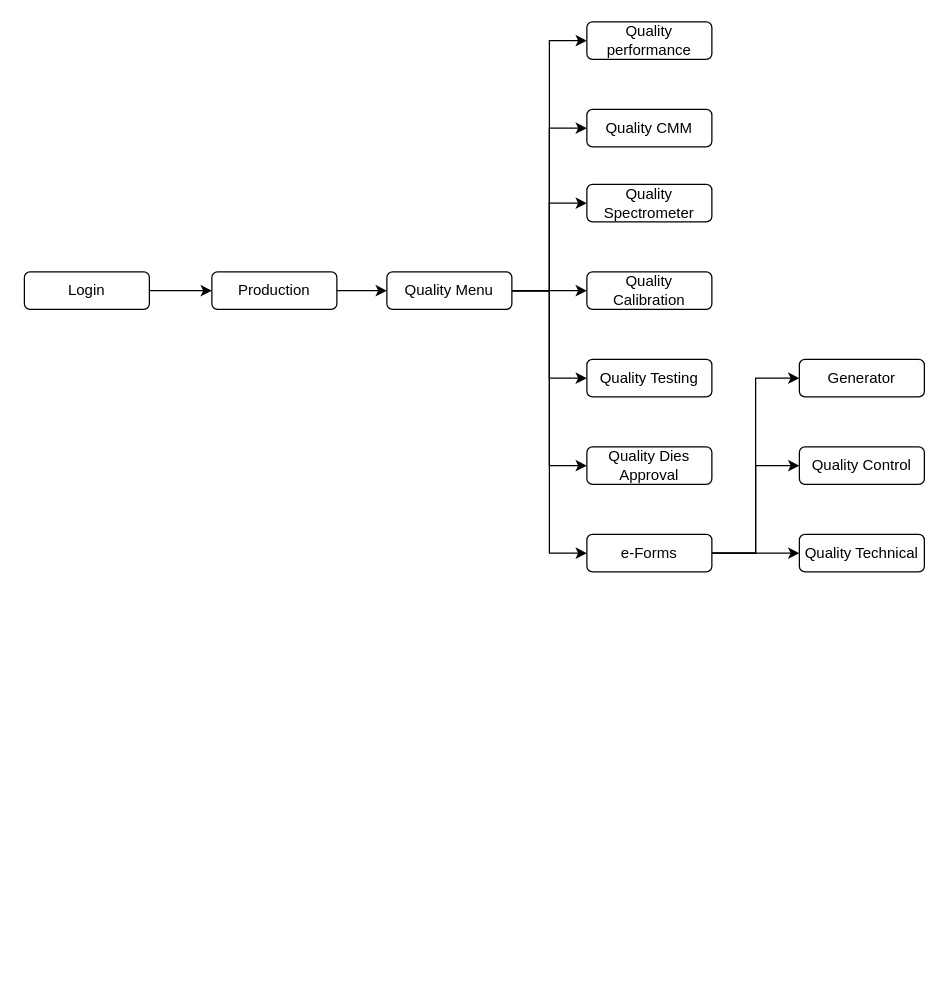
Before: SkyfyXNM.drawio in AndhyAndhika/AnotherFileSaving, a draw.io diagram. Source tidied: cells renumbered, new cells numbered last; positions are measured from the earlier drawing's top-left corner, leaving out a move shared by most shapes. Both pictures are drawn from the tidied source at 125%, with x=0, y=0 at pixel (24, 21).
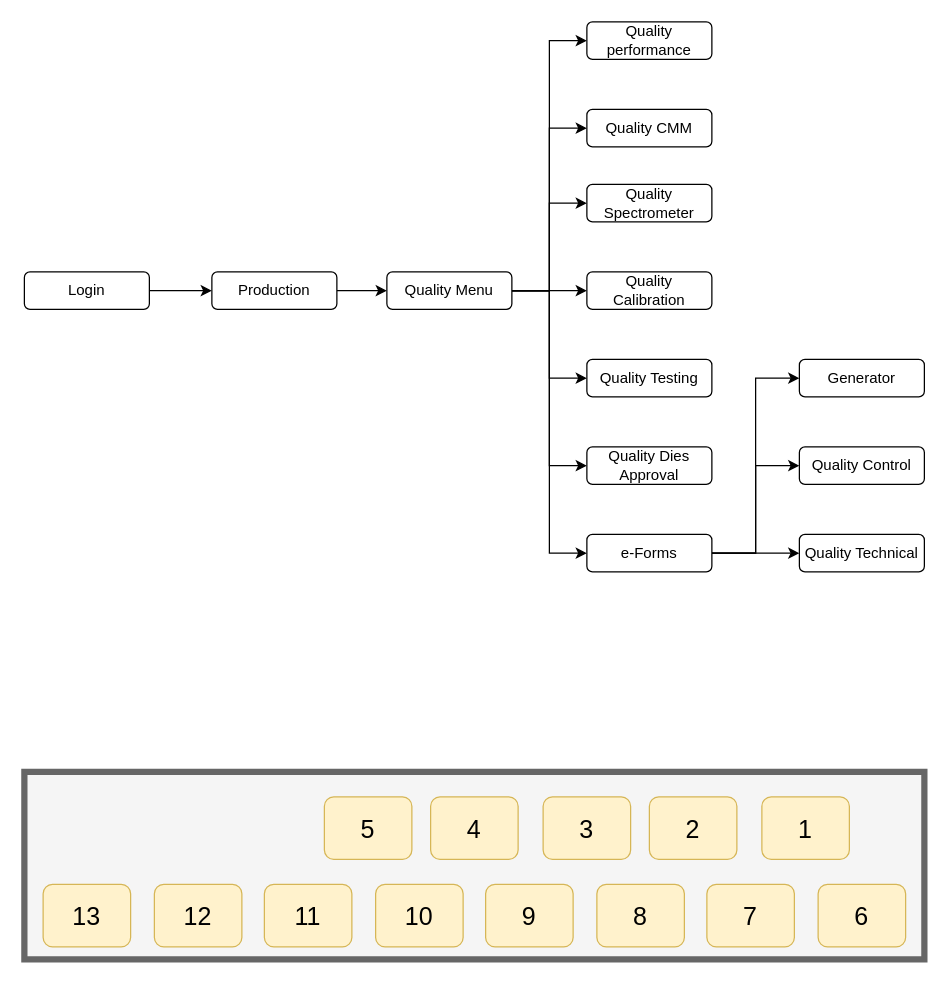
The same page after the edit.

What changed in the source:
```diff
@@
+    <mxCell id="27" style="rounded=0;whiteSpace=wrap;html=1;strokeWidth=5;fillColor=#f5f5f5;fontColor=#333333;strokeColor=#666666;" parent="1" vertex="1">
+      <mxGeometry y="600" width="720" height="150" as="geometry" />
+    </mxCell>
+    <mxCell id="28" value="&lt;font style=&quot;font-size: 20px;&quot;&gt;1&lt;/font&gt;" style="rounded=1;whiteSpace=wrap;html=1;fillColor=#fff2cc;strokeColor=#d6b656;" parent="1" vertex="1">
+      <mxGeometry x="590" y="620" width="70" height="50" as="geometry" />
+    </mxCell>
+    <mxCell id="29" value="&lt;font style=&quot;font-size: 20px;&quot;&gt;2&lt;/font&gt;" style="rounded=1;whiteSpace=wrap;html=1;fillColor=#fff2cc;strokeColor=#d6b656;" parent="1" vertex="1">
+      <mxGeometry x="500" y="620" width="70" height="50" as="geometry" />
+    </mxCell>
+    <mxCell id="30" value="&lt;font style=&quot;font-size: 20px;&quot;&gt;3&lt;/font&gt;" style="rounded=1;whiteSpace=wrap;html=1;fillColor=#fff2cc;strokeColor=#d6b656;" parent="1" vertex="1">
+      <mxGeometry x="415" y="620" width="70" height="50" as="geometry" />
+    </mxCell>
+    <mxCell id="31" value="&lt;font style=&quot;font-size: 20px;&quot;&gt;4&lt;/font&gt;" style="rounded=1;whiteSpace=wrap;html=1;fillColor=#fff2cc;strokeColor=#d6b656;" parent="1" vertex="1">
+      <mxGeometry x="325" y="620" width="70" height="50" as="geometry" />
+    </mxCell>
+    <mxCell id="32" value="&lt;font style=&quot;font-size: 20px;&quot;&gt;5&lt;/font&gt;" style="rounded=1;whiteSpace=wrap;html=1;fillColor=#fff2cc;strokeColor=#d6b656;" parent="1" vertex="1">
+      <mxGeometry x="240" y="620" width="70" height="50" as="geometry" />
+    </mxCell>
+    <mxCell id="33" value="&lt;span style=&quot;font-size: 20px;&quot;&gt;9&lt;/span&gt;" style="rounded=1;whiteSpace=wrap;html=1;fillColor=#fff2cc;strokeColor=#d6b656;" parent="1" vertex="1">
+      <mxGeometry x="369" y="690" width="70" height="50" as="geometry" />
+    </mxCell>
+    <mxCell id="34" value="&lt;font style=&quot;font-size: 20px;&quot;&gt;10&lt;/font&gt;" style="rounded=1;whiteSpace=wrap;html=1;fillColor=#fff2cc;strokeColor=#d6b656;" parent="1" vertex="1">
+      <mxGeometry x="281" y="690" width="70" height="50" as="geometry" />
+    </mxCell>
+    <mxCell id="35" value="&lt;font style=&quot;font-size: 20px;&quot;&gt;11&lt;/font&gt;" style="rounded=1;whiteSpace=wrap;html=1;fillColor=#fff2cc;strokeColor=#d6b656;" parent="1" vertex="1">
+      <mxGeometry x="192" y="690" width="70" height="50" as="geometry" />
+    </mxCell>
+    <mxCell id="36" value="&lt;font style=&quot;font-size: 20px;&quot;&gt;12&lt;/font&gt;" style="rounded=1;whiteSpace=wrap;html=1;fillColor=#fff2cc;strokeColor=#d6b656;" parent="1" vertex="1">
+      <mxGeometry x="104" y="690" width="70" height="50" as="geometry" />
+    </mxCell>
+    <mxCell id="37" value="&lt;font style=&quot;font-size: 20px;&quot;&gt;13&lt;/font&gt;" style="rounded=1;whiteSpace=wrap;html=1;fillColor=#fff2cc;strokeColor=#d6b656;" parent="1" vertex="1">
+      <mxGeometry x="15" y="690" width="70" height="50" as="geometry" />
+    </mxCell>
+    <mxCell id="38" value="&lt;span style=&quot;font-size: 20px;&quot;&gt;8&lt;/span&gt;" style="rounded=1;whiteSpace=wrap;html=1;fillColor=#fff2cc;strokeColor=#d6b656;" parent="1" vertex="1">
+      <mxGeometry x="458" y="690" width="70" height="50" as="geometry" />
+    </mxCell>
+    <mxCell id="39" value="&lt;span style=&quot;font-size: 20px;&quot;&gt;7&lt;/span&gt;" style="rounded=1;whiteSpace=wrap;html=1;fillColor=#fff2cc;strokeColor=#d6b656;" parent="1" vertex="1">
+      <mxGeometry x="546" y="690" width="70" height="50" as="geometry" />
+    </mxCell>
+    <mxCell id="40" value="&lt;span style=&quot;font-size: 20px;&quot;&gt;6&lt;/span&gt;" style="rounded=1;whiteSpace=wrap;html=1;fillColor=#fff2cc;strokeColor=#d6b656;" parent="1" vertex="1">
+      <mxGeometry x="635" y="690" width="70" height="50" as="geometry" />
+    </mxCell>
```
